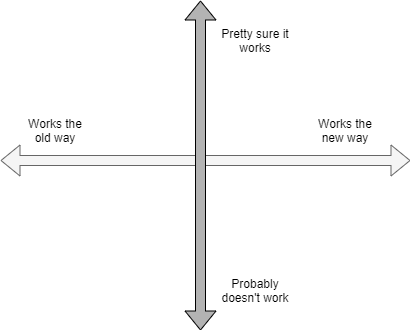
Above: diagrams/versioning.png in dboreham/global-bugs (draw.io), before the change. Source tidied: cells renumbered, new cells last; positions are measured from the earlier drawing's top-left corner, leaving out a move shared by most shapes.
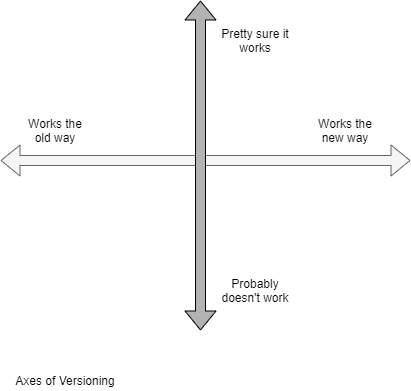
Later version of the same file.

Change to the diagram source:
```diff
@@ -26,5 +26,8 @@
     <mxCell id="7" value="Probably doesn't work" style="text;html=1;strokeColor=none;fillColor=none;align=center;verticalAlign=middle;whiteSpace=wrap;rounded=0;" parent="1" vertex="1">
       <mxGeometry x="220" y="280" width="70" height="20" as="geometry" />
     </mxCell>
+    <mxCell id="8" value="Axes of Versioning" style="text;html=1;strokeColor=none;fillColor=none;align=center;verticalAlign=middle;whiteSpace=wrap;rounded=0;" parent="1" vertex="1">
+      <mxGeometry y="370" width="130" height="20" as="geometry" />
+    </mxCell>
   </root>
 </mxGraphModel>
```
